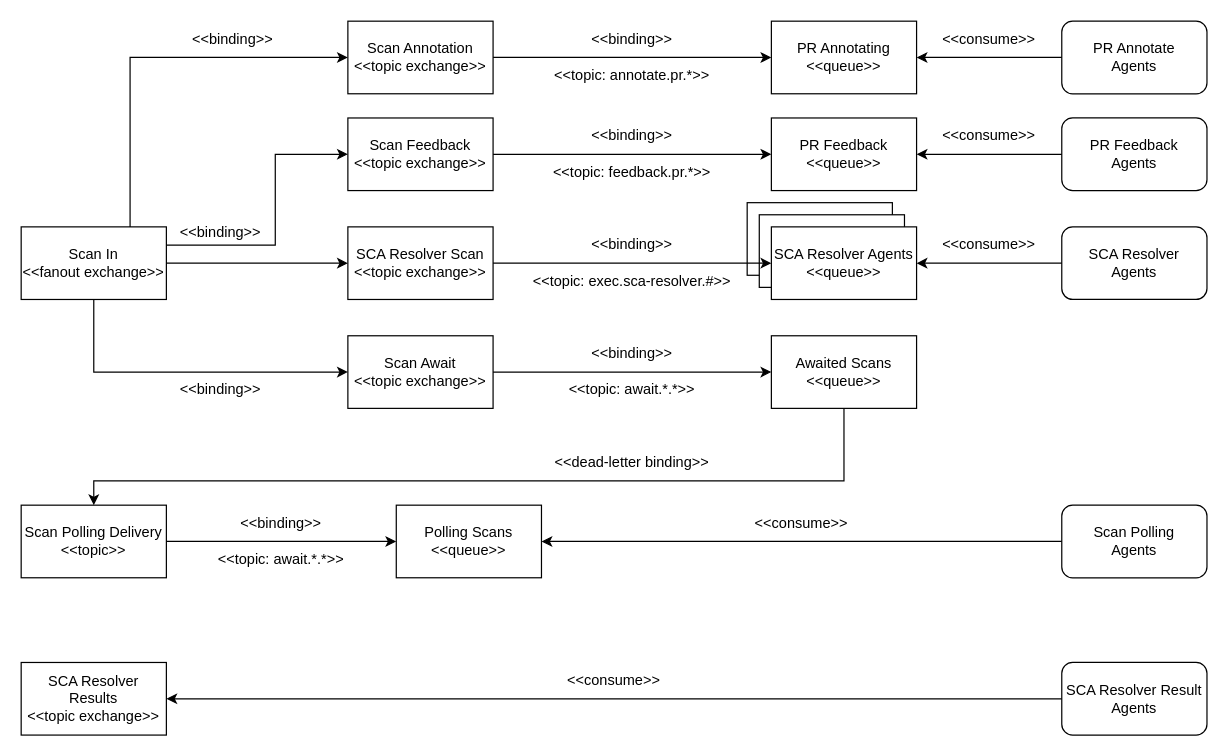
Before: page "Queue" (3 of 7) of manual/graphics/cxoneflow-diagrams.drawio in checkmarx-ts/cxone-flow, a draw.io diagram. Source tidied: cells renumbered, new cells numbered last; positions are measured from the earlier drawing's top-left corner, leaving out a move shared by most shapes. Both pictures are drawn from the tidied source at 121%, with x=0, y=0 at pixel (21, 21).
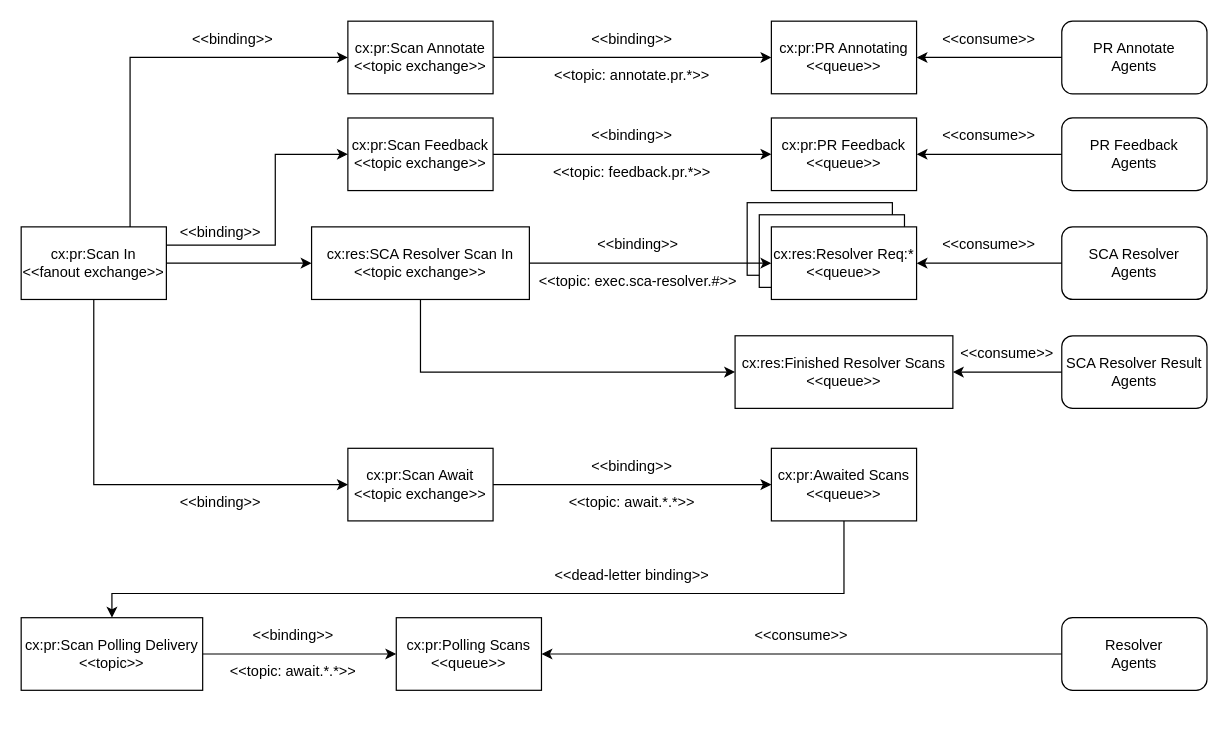
The same page after the edit.

Diff of the diagram source:
```diff
@@
     <mxCell id="4" value="&lt;div&gt;&lt;span style=&quot;background-color: initial;&quot;&gt;&amp;lt;&amp;lt;topic: await.*.*&amp;gt;&amp;gt;&lt;/span&gt;&lt;br&gt;&lt;/div&gt;" style="text;html=1;align=center;verticalAlign=middle;whiteSpace=wrap;rounded=0;" parent="1" vertex="1">
-      <mxGeometry x="390" y="290" width="230" height="30" as="geometry" />
+      <mxGeometry x="390" y="383" width="230" height="30" as="geometry" />
     </mxCell>
-    <mxCell id="5" value="Scan In&lt;div&gt;&amp;lt;&amp;lt;fanout exchange&amp;gt;&amp;gt;&lt;/div&gt;" style="rounded=0;whiteSpace=wrap;html=1;" parent="1" vertex="1">
+    <mxCell id="5" value="cx:pr:Scan In&lt;div&gt;&amp;lt;&amp;lt;fanout exchange&amp;gt;&amp;gt;&lt;/div&gt;" style="rounded=0;whiteSpace=wrap;html=1;" parent="1" vertex="1">
       <mxGeometry y="170" width="120" height="60" as="geometry" />
     </mxCell>
-    <mxCell id="6" value="Scan Await&lt;div&gt;&amp;lt;&amp;lt;topic exchange&amp;gt;&amp;gt;&lt;/div&gt;" style="rounded=0;whiteSpace=wrap;html=1;" parent="1" vertex="1">
-      <mxGeometry x="270" y="260" width="120" height="60" as="geometry" />
+    <mxCell id="6" value="cx:pr:Scan Await&lt;div&gt;&amp;lt;&amp;lt;topic exchange&amp;gt;&amp;gt;&lt;/div&gt;" style="rounded=0;whiteSpace=wrap;html=1;" parent="1" vertex="1">
+      <mxGeometry x="270" y="353" width="120" height="60" as="geometry" />
     </mxCell>
-    <mxCell id="7" value="Scan Polling Delivery&lt;div&gt;&amp;lt;&amp;lt;topic&amp;gt;&amp;gt;&lt;/div&gt;" style="rounded=0;whiteSpace=wrap;html=1;" parent="1" vertex="1">
-      <mxGeometry y="400" width="120" height="60" as="geometry" />
+    <mxCell id="7" value="cx:pr:Scan Polling Delivery&lt;div&gt;&amp;lt;&amp;lt;topic&amp;gt;&amp;gt;&lt;/div&gt;" style="rounded=0;whiteSpace=wrap;html=1;" parent="1" vertex="1">
+      <mxGeometry y="493" width="150" height="60" as="geometry" />
     </mxCell>
     <mxCell id="8" style="endArrow=classic;html=1;rounded=0;entryX=0;entryY=0.5;entryDx=0;entryDy=0;exitX=0.5;exitY=1;exitDx=0;exitDy=0;" parent="1" edge="1" source="5" target="6">
       <mxGeometry relative="1" as="geometry">
         <Array as="points">
-          <mxPoint x="60" y="290" />
+          <mxPoint x="60" y="383" />
         </Array>
       </mxGeometry>
     </mxCell>
-    <mxCell id="9" value="Polling Scans&lt;div&gt;&amp;lt;&amp;lt;queue&amp;gt;&amp;gt;&lt;/div&gt;" style="rounded=0;whiteSpace=wrap;html=1;" parent="1" vertex="1">
-      <mxGeometry x="310" y="400" width="120" height="60" as="geometry" />
+    <mxCell id="9" value="cx:pr:Polling Scans&lt;div&gt;&amp;lt;&amp;lt;queue&amp;gt;&amp;gt;&lt;/div&gt;" style="rounded=0;whiteSpace=wrap;html=1;" parent="1" vertex="1">
+      <mxGeometry x="310" y="493" width="120" height="60" as="geometry" />
     </mxCell>
-    <mxCell id="10" value="Awaited Scans&lt;div&gt;&amp;lt;&amp;lt;queue&amp;gt;&amp;gt;&lt;/div&gt;" style="rounded=0;whiteSpace=wrap;html=1;" parent="1" vertex="1">
-      <mxGeometry x="620" y="260" width="120" height="60" as="geometry" />
+    <mxCell id="10" value="cx:pr:Awaited Scans&lt;div&gt;&amp;lt;&amp;lt;queue&amp;gt;&amp;gt;&lt;/div&gt;" style="rounded=0;whiteSpace=wrap;html=1;" parent="1" vertex="1">
+      <mxGeometry x="620" y="353" width="120" height="60" as="geometry" />
     </mxCell>
     <mxCell id="11" value="&amp;lt;&amp;lt;binding&amp;gt;&amp;gt;" style="text;html=1;align=center;verticalAlign=middle;whiteSpace=wrap;rounded=0;" parent="1" vertex="1">
-      <mxGeometry x="60" y="290" width="210" height="30" as="geometry" />
+      <mxGeometry x="60" y="383" width="210" height="30" as="geometry" />
     </mxCell>
@@
     <mxCell id="13" value="&amp;lt;&amp;lt;binding&amp;gt;&amp;gt;" style="text;html=1;align=center;verticalAlign=middle;whiteSpace=wrap;rounded=0;" parent="1" vertex="1">
-      <mxGeometry x="390" y="260" width="230" height="30" as="geometry" />
+      <mxGeometry x="390" y="353" width="230" height="30" as="geometry" />
     </mxCell>
     <mxCell id="14" style="endArrow=classic;html=1;rounded=0;exitX=0.5;exitY=1;exitDx=0;exitDy=0;entryX=0.5;entryY=0;entryDx=0;entryDy=0;" parent="1" edge="1" source="10" target="7">
       <mxGeometry relative="1" as="geometry">
         <Array as="points">
-          <mxPoint x="680" y="380" />
-          <mxPoint x="60" y="380" />
+          <mxPoint x="680" y="473" />
+          <mxPoint x="75" y="473" />
         </Array>
       </mxGeometry>
     </mxCell>
     <mxCell id="15" value="&amp;lt;&amp;lt;dead-letter binding&amp;gt;&amp;gt;" style="text;html=1;align=center;verticalAlign=middle;whiteSpace=wrap;rounded=0;" parent="1" vertex="1">
-      <mxGeometry x="390" y="350" width="230" height="30" as="geometry" />
+      <mxGeometry x="390" y="443" width="230" height="30" as="geometry" />
     </mxCell>
@@
     <mxCell id="17" value="&amp;lt;&amp;lt;binding&amp;gt;&amp;gt;" style="text;html=1;align=center;verticalAlign=middle;whiteSpace=wrap;rounded=0;" parent="1" vertex="1">
-      <mxGeometry x="120" y="400" width="190" height="30" as="geometry" />
+      <mxGeometry x="130" y="493" width="190" height="30" as="geometry" />
     </mxCell>
     <mxCell id="18" value="&lt;div&gt;&lt;span style=&quot;background-color: initial;&quot;&gt;&amp;lt;&amp;lt;topic: await.*.*&amp;gt;&amp;gt;&lt;/span&gt;&lt;br&gt;&lt;/div&gt;" style="text;html=1;align=center;verticalAlign=middle;whiteSpace=wrap;rounded=0;" parent="1" vertex="1">
-      <mxGeometry x="120" y="430" width="190" height="30" as="geometry" />
+      <mxGeometry x="130" y="523" width="190" height="30" as="geometry" />
     </mxCell>
-    <mxCell id="19" value="Scan Polling&lt;div&gt;Agents&lt;/div&gt;" style="rounded=1;whiteSpace=wrap;html=1;" parent="1" vertex="1">
-      <mxGeometry x="860" y="400" width="120" height="60" as="geometry" />
+    <mxCell id="19" value="Resolver&lt;div&gt;Agents&lt;/div&gt;" style="rounded=1;whiteSpace=wrap;html=1;" parent="1" vertex="1">
+      <mxGeometry x="860" y="493" width="120" height="60" as="geometry" />
     </mxCell>
@@
     <mxCell id="21" value="&amp;lt;&amp;lt;consume&amp;gt;&amp;gt;" style="text;html=1;align=center;verticalAlign=middle;whiteSpace=wrap;rounded=0;" parent="1" vertex="1">
-      <mxGeometry x="430" y="400" width="430" height="30" as="geometry" />
+      <mxGeometry x="430" y="493" width="430" height="30" as="geometry" />
     </mxCell>
-    <mxCell id="22" value="Scan Feedback&lt;div&gt;&amp;lt;&amp;lt;topic exchange&amp;gt;&amp;gt;&lt;/div&gt;" style="rounded=0;whiteSpace=wrap;html=1;" parent="1" vertex="1">
+    <mxCell id="22" value="cx:pr:Scan Feedback&lt;div&gt;&amp;lt;&amp;lt;topic exchange&amp;gt;&amp;gt;&lt;/div&gt;" style="rounded=0;whiteSpace=wrap;html=1;" parent="1" vertex="1">
       <mxGeometry x="270" y="80" width="120" height="60" as="geometry" />
     </mxCell>
@@
-    <mxCell id="25" value="PR Feedback&lt;div&gt;&amp;lt;&amp;lt;queue&amp;gt;&amp;gt;&lt;/div&gt;" style="rounded=0;whiteSpace=wrap;html=1;" parent="1" vertex="1">
+    <mxCell id="25" value="cx:pr:PR Feedback&lt;div&gt;&amp;lt;&amp;lt;queue&amp;gt;&amp;gt;&lt;/div&gt;" style="rounded=0;whiteSpace=wrap;html=1;" parent="1" vertex="1">
       <mxGeometry x="620" y="80" width="120" height="60" as="geometry" />
     </mxCell>
@@
-    <mxCell id="32" value="Scan Annotation&lt;div&gt;&amp;lt;&amp;lt;topic exchange&amp;gt;&amp;gt;&lt;/div&gt;" style="rounded=0;whiteSpace=wrap;html=1;" parent="1" vertex="1">
+    <mxCell id="32" value="cx:pr:Scan Annotate&lt;div&gt;&amp;lt;&amp;lt;topic exchange&amp;gt;&amp;gt;&lt;/div&gt;" style="rounded=0;whiteSpace=wrap;html=1;" parent="1" vertex="1">
       <mxGeometry x="270" width="120" height="60" as="geometry" />
     </mxCell>
-    <mxCell id="33" value="PR Annotating&lt;div&gt;&amp;lt;&amp;lt;queue&amp;gt;&amp;gt;&lt;/div&gt;" style="rounded=0;whiteSpace=wrap;html=1;" parent="1" vertex="1">
+    <mxCell id="33" value="cx:pr:PR Annotating&lt;div&gt;&amp;lt;&amp;lt;queue&amp;gt;&amp;gt;&lt;/div&gt;" style="rounded=0;whiteSpace=wrap;html=1;" parent="1" vertex="1">
       <mxGeometry x="620" width="120" height="60" as="geometry" />
     </mxCell>
@@
-    <mxCell id="42" value="SCA Resolver Scan&lt;div&gt;&amp;lt;&amp;lt;topic exchange&amp;gt;&amp;gt;&lt;/div&gt;" style="rounded=0;whiteSpace=wrap;html=1;" parent="1" vertex="1">
-      <mxGeometry x="270" y="170" width="120" height="60" as="geometry" />
+    <mxCell id="42" value="cx:res:SCA Resolver Scan In&lt;div&gt;&amp;lt;&amp;lt;topic exchange&amp;gt;&amp;gt;&lt;/div&gt;" style="rounded=0;whiteSpace=wrap;html=1;" parent="1" vertex="1">
+      <mxGeometry x="240" y="170" width="180" height="60" as="geometry" />
     </mxCell>
-    <mxCell id="43" value="SCA Resolver Results&lt;div&gt;&amp;lt;&amp;lt;topic exchange&amp;gt;&amp;gt;&lt;/div&gt;" style="rounded=0;whiteSpace=wrap;html=1;" parent="1" vertex="1">
-      <mxGeometry y="530" width="120" height="60" as="geometry" />
-    </mxCell>
-    <mxCell id="44" value="SCA Resolver Agents&lt;div&gt;&amp;lt;&amp;lt;queue&amp;gt;&amp;gt;&lt;/div&gt;" style="rounded=0;whiteSpace=wrap;html=1;" parent="1" vertex="1">
+    <mxCell id="44" value="cx:res:Resolver Req:*&lt;div&gt;&amp;lt;&amp;lt;queue&amp;gt;&amp;gt;&lt;/div&gt;" style="rounded=0;whiteSpace=wrap;html=1;" parent="1" vertex="1">
       <mxGeometry x="620" y="170" width="120" height="60" as="geometry" />
     </mxCell>
@@
     <mxCell id="50" value="&amp;lt;&amp;lt;binding&amp;gt;&amp;gt;" style="text;html=1;align=center;verticalAlign=middle;whiteSpace=wrap;rounded=0;" parent="1" vertex="1">
-      <mxGeometry x="390" y="170" width="230" height="30" as="geometry" />
+      <mxGeometry x="395" y="170" width="230" height="30" as="geometry" />
     </mxCell>
     <mxCell id="51" value="&lt;div&gt;&lt;span style=&quot;background-color: initial;&quot;&gt;&amp;lt;&amp;lt;topic: exec.sca-resolver.#&amp;gt;&amp;gt;&lt;/span&gt;&lt;br&gt;&lt;/div&gt;" style="text;html=1;align=center;verticalAlign=middle;whiteSpace=wrap;rounded=0;" parent="1" vertex="1">
-      <mxGeometry x="390" y="200" width="230" height="30" as="geometry" />
+      <mxGeometry x="395" y="200" width="230" height="30" as="geometry" />
     </mxCell>
     <mxCell id="52" value="SCA Resolver Result Agents" style="rounded=1;whiteSpace=wrap;html=1;" parent="1" vertex="1">
-      <mxGeometry x="860" y="530" width="120" height="60" as="geometry" />
+      <mxGeometry x="860" y="260" width="120" height="60" as="geometry" />
     </mxCell>
-    <mxCell id="53" style="endArrow=classic;html=1;rounded=0;entryX=1;entryY=0.5;entryDx=0;entryDy=0;exitX=0;exitY=0.5;exitDx=0;exitDy=0;" parent="1" edge="1" source="52" target="43">
-      <mxGeometry relative="1" as="geometry" />
-    </mxCell>
     <mxCell id="54" value="&amp;lt;&amp;lt;consume&amp;gt;&amp;gt;" style="text;html=1;align=center;verticalAlign=middle;whiteSpace=wrap;rounded=0;" parent="1" vertex="1">
-      <mxGeometry x="120" y="530" width="740" height="30" as="geometry" />
+      <mxGeometry x="770" y="260" width="90" height="30" as="geometry" />
     </mxCell>
+    <mxCell id="55" value="cx:res:Finished Resolver Scans&lt;div&gt;&amp;lt;&amp;lt;queue&amp;gt;&amp;gt;&lt;/div&gt;" style="rounded=0;whiteSpace=wrap;html=1;" parent="1" vertex="1">
+      <mxGeometry x="590" y="260" width="180" height="60" as="geometry" />
+    </mxCell>
+    <mxCell id="56" style="endArrow=classic;html=1;rounded=0;exitX=0;exitY=0.5;exitDx=0;exitDy=0;entryX=1;entryY=0.5;entryDx=0;entryDy=0;" parent="1" edge="1" source="52" target="55">
+      <mxGeometry relative="1" as="geometry" />
+    </mxCell>
+    <mxCell id="57" style="endArrow=classic;html=1;rounded=0;exitX=0.5;exitY=1;exitDx=0;exitDy=0;entryX=0;entryY=0.5;entryDx=0;entryDy=0;" parent="1" edge="1" source="42" target="55">
+      <mxGeometry relative="1" as="geometry">
+        <Array as="points">
+          <mxPoint x="330" y="290" />
+        </Array>
+      </mxGeometry>
+    </mxCell>
```
